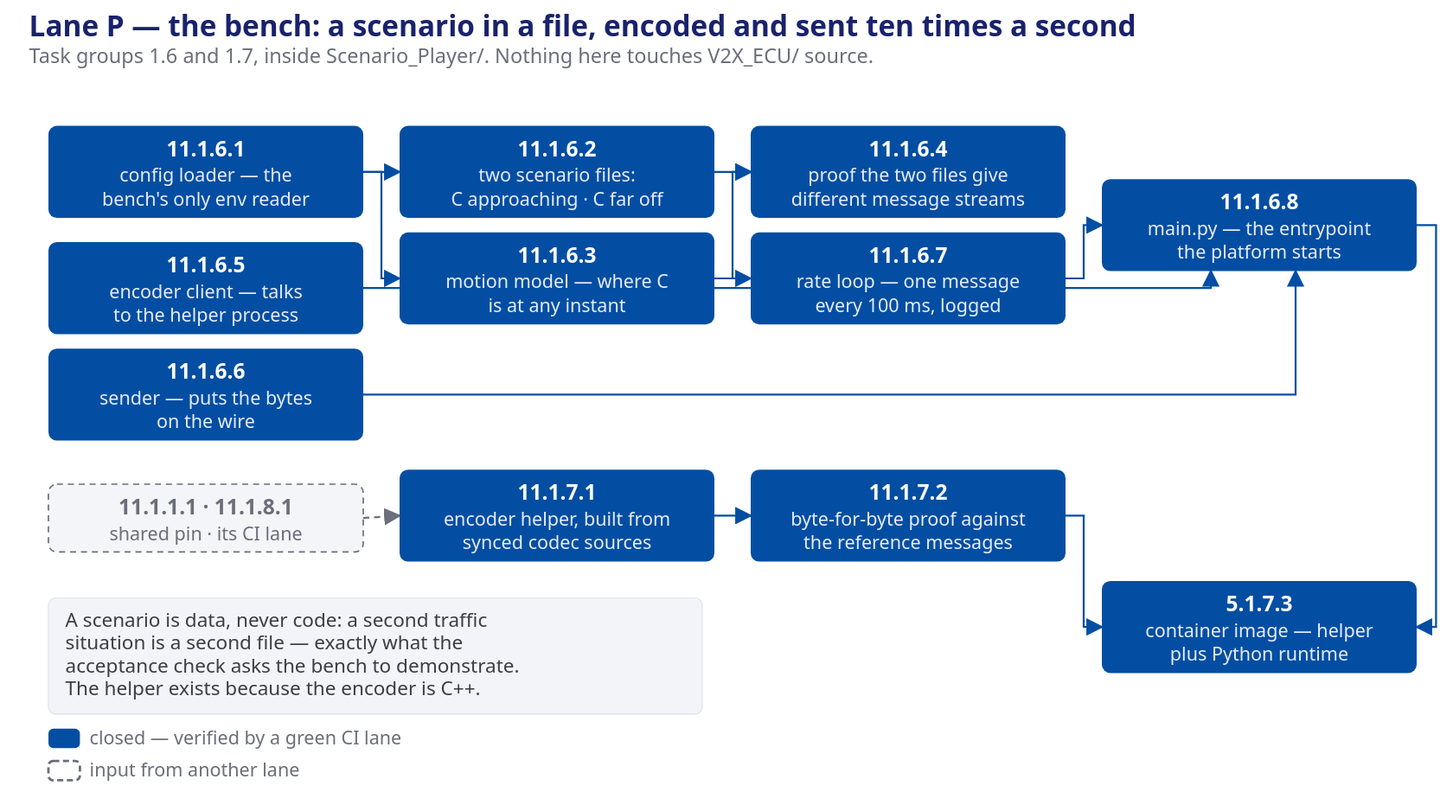
Above: presentation/assets/phase1-exec-lane-p.svg in mnpham2101/FPT-Hackathon2026 (draw.io), before the change. Source tidied: cells renumbered, new cells last; positions are measured from the earlier drawing's top-left corner, leaving out a move shared by most shapes.
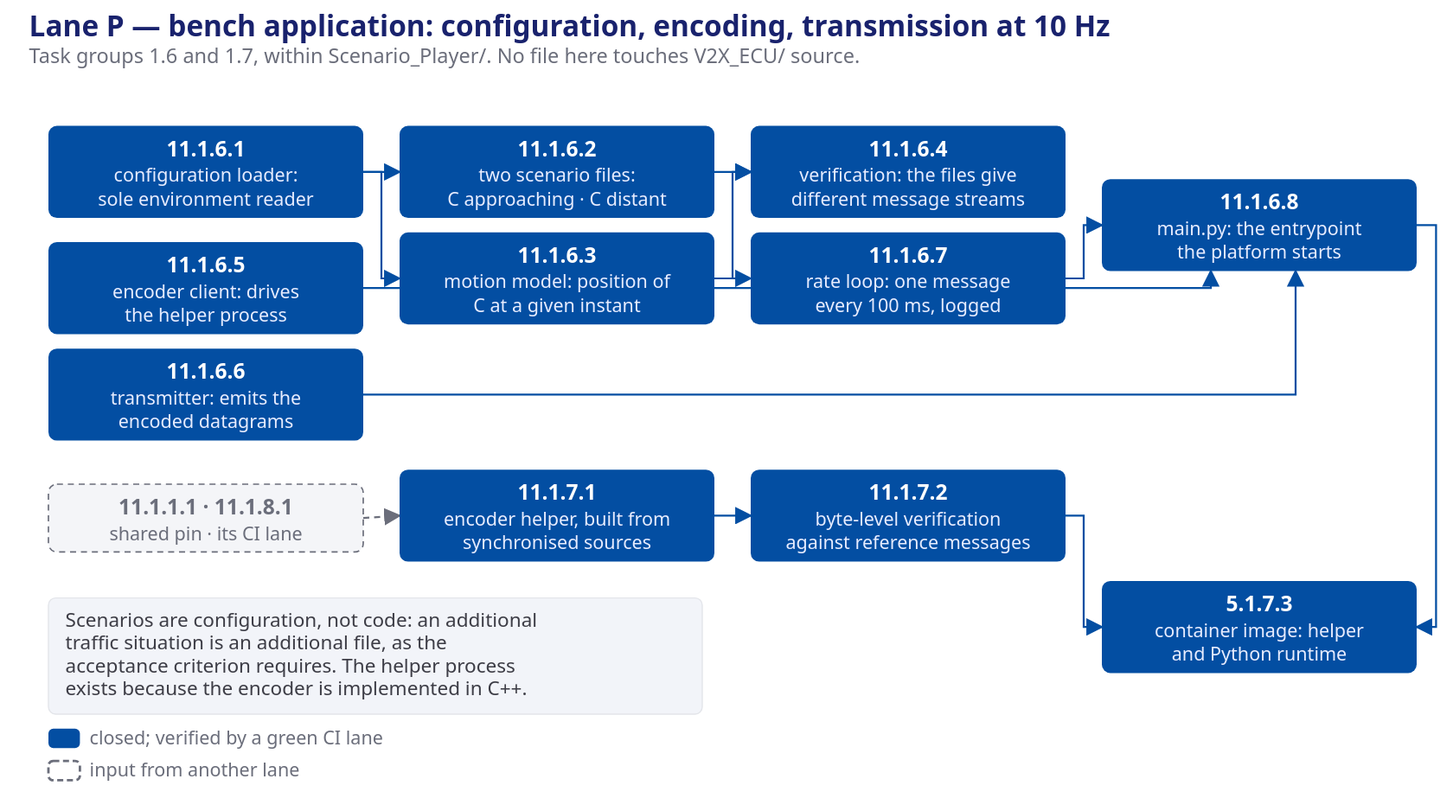
Later version of the same file.

What changed in the source:
```diff
@@ -2,46 +2,46 @@
   <root>
     <mxCell id="0" />
     <mxCell id="1" parent="0" />
-    <mxCell id="2" value="Lane P — the bench: a scenario in a file, encoded and sent ten times a second" style="text;html=1;align=left;verticalAlign=middle;fontSize=23.8;fontColor=#19226D;fontStyle=1;" parent="1" vertex="1">
+    <mxCell id="2" value="Lane P — bench application: configuration, encoding, transmission at 10 Hz" style="text;html=1;align=left;verticalAlign=middle;fontSize=23.8;fontColor=#19226D;fontStyle=1;" parent="1" vertex="1">
       <mxGeometry width="1152" height="20" as="geometry" />
     </mxCell>
-    <mxCell id="3" value="Task groups 1.6 and 1.7, inside Scenario_Player/. Nothing here touches V2X_ECU/ source." style="text;html=1;align=left;verticalAlign=middle;fontSize=16.8;fontColor=#6b6e7b;fontStyle=0;" parent="1" vertex="1">
+    <mxCell id="3" value="Task groups 1.6 and 1.7, within Scenario_Player/. No file here touches V2X_ECU/ source." style="text;html=1;align=left;verticalAlign=middle;fontSize=16.8;fontColor=#6b6e7b;fontStyle=0;" parent="1" vertex="1">
       <mxGeometry y="22" width="1152" height="20" as="geometry" />
     </mxCell>
-    <mxCell id="4" value="11.1.6.1 config loader — the bench's only env reader" style="rounded=1;arcSize=10;html=1;fillColor=#034EA2;strokeColor=none;fontColor=#ffffff;fontSize=16.8;fontStyle=1;whiteSpace=wrap;verticalAlign=middle;" parent="1" vertex="1">
+    <mxCell id="4" value="11.1.6.1 configuration loader: sole environment reader" style="rounded=1;arcSize=10;html=1;fillColor=#034EA2;strokeColor=none;fontColor=#ffffff;fontSize=16.8;fontStyle=1;whiteSpace=wrap;verticalAlign=middle;" parent="1" vertex="1">
       <mxGeometry x="16" y="84" width="260" height="76" as="geometry" />
     </mxCell>
-    <mxCell id="5" value="11.1.6.2 two scenario files: C approaching · C far off" style="rounded=1;arcSize=10;html=1;fillColor=#034EA2;strokeColor=none;fontColor=#ffffff;fontSize=16.8;fontStyle=1;whiteSpace=wrap;verticalAlign=middle;" parent="1" vertex="1">
+    <mxCell id="5" value="11.1.6.2 two scenario files: C approaching · C distant" style="rounded=1;arcSize=10;html=1;fillColor=#034EA2;strokeColor=none;fontColor=#ffffff;fontSize=16.8;fontStyle=1;whiteSpace=wrap;verticalAlign=middle;" parent="1" vertex="1">
       <mxGeometry x="306" y="84" width="260" height="76" as="geometry" />
     </mxCell>
-    <mxCell id="6" value="11.1.6.4 proof the two files give different message streams" style="rounded=1;arcSize=10;html=1;fillColor=#034EA2;strokeColor=none;fontColor=#ffffff;fontSize=16.8;fontStyle=1;whiteSpace=wrap;verticalAlign=middle;" parent="1" vertex="1">
+    <mxCell id="6" value="11.1.6.4 verification: the files give different message streams" style="rounded=1;arcSize=10;html=1;fillColor=#034EA2;strokeColor=none;fontColor=#ffffff;fontSize=16.8;fontStyle=1;whiteSpace=wrap;verticalAlign=middle;" parent="1" vertex="1">
       <mxGeometry x="596" y="84" width="260" height="76" as="geometry" />
     </mxCell>
-    <mxCell id="7" value="11.1.6.8 main.py — the entrypoint the platform starts" style="rounded=1;arcSize=10;html=1;fillColor=#034EA2;strokeColor=none;fontColor=#ffffff;fontSize=16.8;fontStyle=1;whiteSpace=wrap;verticalAlign=middle;" parent="1" vertex="1">
+    <mxCell id="7" value="11.1.6.8 main.py: the entrypoint the platform starts" style="rounded=1;arcSize=10;html=1;fillColor=#034EA2;strokeColor=none;fontColor=#ffffff;fontSize=16.8;fontStyle=1;whiteSpace=wrap;verticalAlign=middle;" parent="1" vertex="1">
       <mxGeometry x="886" y="128" width="260" height="76" as="geometry" />
     </mxCell>
-    <mxCell id="8" value="11.1.6.3 motion model — where C is at any instant" style="rounded=1;arcSize=10;html=1;fillColor=#034EA2;strokeColor=none;fontColor=#ffffff;fontSize=16.8;fontStyle=1;whiteSpace=wrap;verticalAlign=middle;" parent="1" vertex="1">
+    <mxCell id="8" value="11.1.6.3 motion model: position of C at a given instant" style="rounded=1;arcSize=10;html=1;fillColor=#034EA2;strokeColor=none;fontColor=#ffffff;fontSize=16.8;fontStyle=1;whiteSpace=wrap;verticalAlign=middle;" parent="1" vertex="1">
       <mxGeometry x="306" y="172" width="260" height="76" as="geometry" />
     </mxCell>
-    <mxCell id="9" value="11.1.6.7 rate loop — one message every 100 ms, logged" style="rounded=1;arcSize=10;html=1;fillColor=#034EA2;strokeColor=none;fontColor=#ffffff;fontSize=16.8;fontStyle=1;whiteSpace=wrap;verticalAlign=middle;" parent="1" vertex="1">
+    <mxCell id="9" value="11.1.6.7 rate loop: one message every 100 ms, logged" style="rounded=1;arcSize=10;html=1;fillColor=#034EA2;strokeColor=none;fontColor=#ffffff;fontSize=16.8;fontStyle=1;whiteSpace=wrap;verticalAlign=middle;" parent="1" vertex="1">
       <mxGeometry x="596" y="172" width="260" height="76" as="geometry" />
     </mxCell>
-    <mxCell id="10" value="11.1.6.5 encoder client — talks to the helper process" style="rounded=1;arcSize=10;html=1;fillColor=#034EA2;strokeColor=none;fontColor=#ffffff;fontSize=16.8;fontStyle=1;whiteSpace=wrap;verticalAlign=middle;" parent="1" vertex="1">
+    <mxCell id="10" value="11.1.6.5 encoder client: drives the helper process" style="rounded=1;arcSize=10;html=1;fillColor=#034EA2;strokeColor=none;fontColor=#ffffff;fontSize=16.8;fontStyle=1;whiteSpace=wrap;verticalAlign=middle;" parent="1" vertex="1">
       <mxGeometry x="16" y="180" width="260" height="76" as="geometry" />
     </mxCell>
-    <mxCell id="11" value="11.1.6.6 sender — puts the bytes on the wire" style="rounded=1;arcSize=10;html=1;fillColor=#034EA2;strokeColor=none;fontColor=#ffffff;fontSize=16.8;fontStyle=1;whiteSpace=wrap;verticalAlign=middle;" parent="1" vertex="1">
+    <mxCell id="11" value="11.1.6.6 transmitter: emits the encoded datagrams" style="rounded=1;arcSize=10;html=1;fillColor=#034EA2;strokeColor=none;fontColor=#ffffff;fontSize=16.8;fontStyle=1;whiteSpace=wrap;verticalAlign=middle;" parent="1" vertex="1">
       <mxGeometry x="16" y="268" width="260" height="76" as="geometry" />
     </mxCell>
     <mxCell id="12" value="11.1.1.1 · 11.1.8.1 shared pin · its CI lane" style="rounded=1;arcSize=10;html=1;fillColor=#f4f5f8;strokeColor=#6b6e7b;dashed=1;fontColor=#6b6e7b;fontSize=15.4;fontStyle=0;whiteSpace=wrap;verticalAlign=middle;" parent="1" vertex="1">
       <mxGeometry x="16" y="380" width="260" height="56" as="geometry" />
     </mxCell>
-    <mxCell id="13" value="11.1.7.1 encoder helper, built from synced codec sources" style="rounded=1;arcSize=10;html=1;fillColor=#034EA2;strokeColor=none;fontColor=#ffffff;fontSize=16.8;fontStyle=1;whiteSpace=wrap;verticalAlign=middle;" parent="1" vertex="1">
+    <mxCell id="13" value="11.1.7.1 encoder helper, built from synchronised sources" style="rounded=1;arcSize=10;html=1;fillColor=#034EA2;strokeColor=none;fontColor=#ffffff;fontSize=16.8;fontStyle=1;whiteSpace=wrap;verticalAlign=middle;" parent="1" vertex="1">
       <mxGeometry x="306" y="368" width="260" height="76" as="geometry" />
     </mxCell>
-    <mxCell id="14" value="11.1.7.2 byte-for-byte proof against the reference messages" style="rounded=1;arcSize=10;html=1;fillColor=#034EA2;strokeColor=none;fontColor=#ffffff;fontSize=16.8;fontStyle=1;whiteSpace=wrap;verticalAlign=middle;" parent="1" vertex="1">
+    <mxCell id="14" value="11.1.7.2 byte-level verification against reference messages" style="rounded=1;arcSize=10;html=1;fillColor=#034EA2;strokeColor=none;fontColor=#ffffff;fontSize=16.8;fontStyle=1;whiteSpace=wrap;verticalAlign=middle;" parent="1" vertex="1">
       <mxGeometry x="596" y="368" width="260" height="76" as="geometry" />
     </mxCell>
-    <mxCell id="15" value="5.1.7.3 container image — helper plus Python runtime" style="rounded=1;arcSize=10;html=1;fillColor=#034EA2;strokeColor=none;fontColor=#ffffff;fontSize=16.8;fontStyle=1;whiteSpace=wrap;verticalAlign=middle;" parent="1" vertex="1">
+    <mxCell id="15" value="5.1.7.3 container image: helper and Python runtime" style="rounded=1;arcSize=10;html=1;fillColor=#034EA2;strokeColor=none;fontColor=#ffffff;fontSize=16.8;fontStyle=1;whiteSpace=wrap;verticalAlign=middle;" parent="1" vertex="1">
       <mxGeometry x="886" y="460" width="260" height="76" as="geometry" />
     </mxCell>
     <mxCell id="16" style="edgeStyle=orthogonalEdgeStyle;rounded=0;html=1;exitX=1;exitY=0.5;entryX=0;entryY=0.5;strokeColor=#034EA2;" parent="1" edge="1" source="4" target="5">
@@ -96,13 +96,13 @@
         </Array>
       </mxGeometry>
     </mxCell>
-    <mxCell id="28" value="A scenario is data, never code: a second traffic situation is a second file — exactly what the acceptance check asks the bench to demonstrate. The helper exists because the encoder is C++." style="rounded=1;arcSize=8;html=1;fillColor=#f2f4f9;strokeColor=#e3e5ea;fontColor=#3d3d46;fontSize=15.4;align=left;whiteSpace=wrap;verticalAlign=top;spacing=8;" parent="1" vertex="1">
+    <mxCell id="28" value="Scenarios are configuration, not code: an additional traffic situation is an additional file, as the acceptance criterion requires. The helper process exists because the encoder is implemented in C++." style="rounded=1;arcSize=8;html=1;fillColor=#f2f4f9;strokeColor=#e3e5ea;fontColor=#3d3d46;fontSize=15.4;align=left;whiteSpace=wrap;verticalAlign=top;spacing=8;" parent="1" vertex="1">
       <mxGeometry x="16" y="474" width="540" height="96" as="geometry" />
     </mxCell>
     <mxCell id="29" style="rounded=1;arcSize=20;html=1;fillColor=#034EA2;strokeColor=none;" parent="1" vertex="1">
       <mxGeometry x="16" y="583" width="22" height="14" as="geometry" />
     </mxCell>
-    <mxCell id="30" value="closed — verified by a green CI lane" style="text;html=1;align=left;verticalAlign=middle;fontSize=11;fontColor=#6b6e7b;" parent="1" vertex="1">
+    <mxCell id="30" value="closed; verified by a green CI lane" style="text;html=1;align=left;verticalAlign=middle;fontSize=11;fontColor=#6b6e7b;" parent="1" vertex="1">
       <mxGeometry x="44" y="580" width="300" height="20" as="geometry" />
     </mxCell>
     <mxCell id="31" style="rounded=1;arcSize=20;html=1;fillColor=#6b6e7b;strokeColor=none;dashed=1;" parent="1" vertex="1">
```
